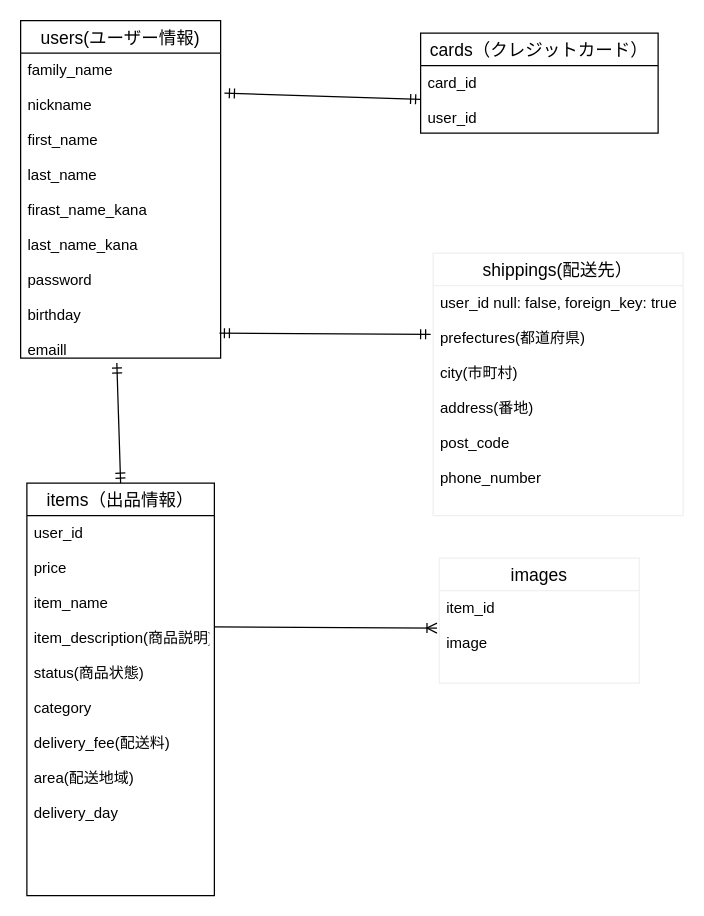
This is test.dio from cheap95/furima-34842, a draw.io file, before an edit. Source tidied: cells renumbered, new cells numbered last; positions are measured from the earlier drawing's top-left corner, leaving out a move shared by most shapes. Both pictures are drawn from the tidied source at 125%, with x=0, y=0 at pixel (20, 20).
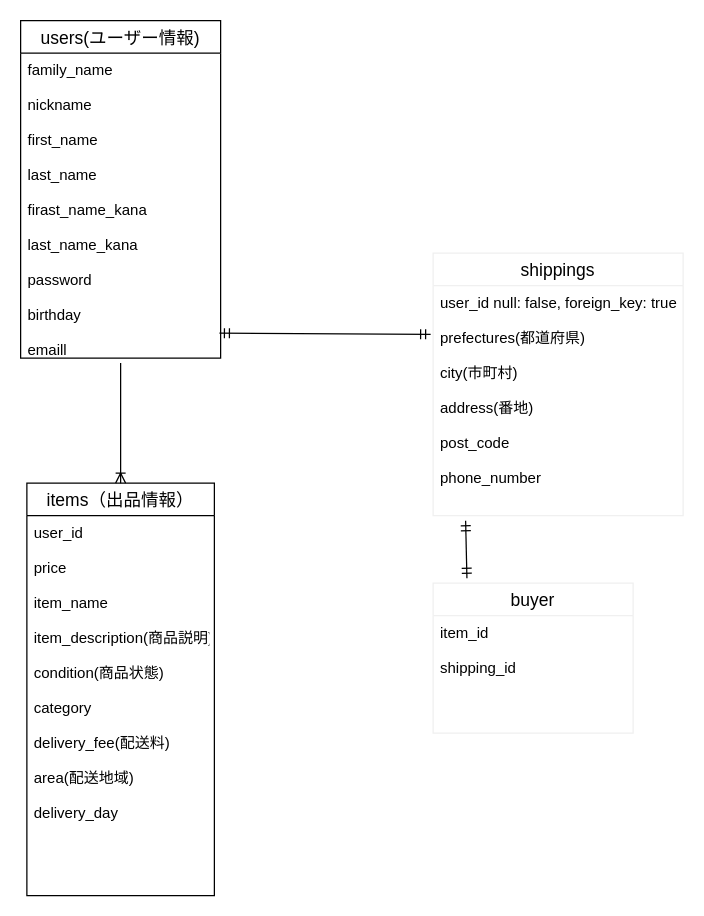
Above is the later version.

Diff of the diagram source:
```diff
@@
 <mxGraphModel>
   <root>
     <mxCell id="0" />
     <mxCell id="1" parent="0" />
     <mxCell id="2" value="items（出品情報）" style="swimlane;fontStyle=0;horizontal=1;startSize=26;align=center;fontSize=14;" parent="1" vertex="1">
       <mxGeometry x="5" y="370" width="150" height="330" as="geometry" />
     </mxCell>
-    <mxCell id="3" value="user_id&#10;&#10;price&#10;&#10;item_name&#10;&#10;item_description(商品説明)&#10;&#10;status(商品状態)&#10;&#10;category&#10;&#10;delivery_fee(配送料)&#10;&#10;area(配送地域)&#10;&#10;delivery_day" style="text;strokeColor=none;fillColor=none;spacingLeft=4;spacingRight=4;overflow=hidden;points=[[0,0.5],[1,0.5]];portConstraint=eastwest;fontSize=12;" parent="2" vertex="1">
+    <mxCell id="3" value="user_id&#10;&#10;price&#10;&#10;item_name&#10;&#10;item_description(商品説明)&#10;&#10;condition(商品状態)&#10;&#10;category&#10;&#10;delivery_fee(配送料)&#10;&#10;area(配送地域)&#10;&#10;delivery_day" style="text;strokeColor=none;fillColor=none;spacingLeft=4;spacingRight=4;overflow=hidden;points=[[0,0.5],[1,0.5]];portConstraint=eastwest;fontSize=12;" parent="2" vertex="1">
       <mxGeometry y="26" width="150" height="304" as="geometry" />
     </mxCell>
-    <mxCell id="4" value="cards（クレジットカード）" style="swimlane;fontStyle=0;horizontal=1;startSize=26;align=center;fontSize=14;" parent="1" vertex="1">
-      <mxGeometry x="320" y="10" width="190" height="80" as="geometry" />
-    </mxCell>
-    <mxCell id="5" value="card_id&#10;&#10;user_id&#10;" style="text;strokeColor=none;fillColor=none;spacingLeft=4;spacingRight=4;overflow=hidden;points=[[0,0.5],[1,0.5]];portConstraint=eastwest;fontSize=12;" parent="4" vertex="1">
-      <mxGeometry y="26" width="190" height="54" as="geometry" />
-    </mxCell>
-    <mxCell id="6" value="shippings(配送先）" style="swimlane;fontStyle=0;horizontal=1;startSize=26;align=center;fontSize=14;strokeColor=#f0f0f0;strokeWidth=1;" parent="1" vertex="1">
+    <mxCell id="6" value="shippings" style="swimlane;fontStyle=0;horizontal=1;startSize=26;align=center;fontSize=14;strokeColor=#f0f0f0;strokeWidth=1;" parent="1" vertex="1">
       <mxGeometry x="330" y="186" width="200" height="210" as="geometry" />
     </mxCell>
     <mxCell id="7" value="user_id null: false, foreign_key: true&#10;&#10;prefectures(都道府県)&#10;&#10;city(市町村)&#10;&#10;address(番地)&#10;&#10;post_code&#10;&#10;phone_number&#10;&#10;" style="text;strokeColor=none;fillColor=none;spacingLeft=4;spacingRight=4;overflow=hidden;points=[[0,0.5],[1,0.5]];portConstraint=eastwest;fontSize=12;" parent="6" vertex="1">
       <mxGeometry y="26" width="200" height="184" as="geometry" />
     </mxCell>
     <mxCell id="8" value="users(ユーザー情報)" style="swimlane;fontStyle=0;horizontal=1;startSize=26;align=center;fontSize=14;" parent="1" vertex="1">
       <mxGeometry width="160" height="270" as="geometry" />
     </mxCell>
     <mxCell id="9" value="family_name&#10;&#10;nickname&#10;&#10;first_name&#10;&#10;last_name&#10;&#10;firast_name_kana&#10;&#10;last_name_kana&#10;&#10;password&#10;&#10;birthday&#10;&#10;emaill&#10;&#10;" style="text;strokeColor=none;fillColor=none;spacingLeft=4;spacingRight=4;overflow=hidden;points=[[0,0.5],[1,0.5]];portConstraint=eastwest;fontSize=12;" parent="8" vertex="1">
       <mxGeometry y="26" width="160" height="244" as="geometry" />
     </mxCell>
-    <mxCell id="10" style="fontSize=12;html=1;endArrow=ERmandOne;startArrow=ERmandOne;exitX=1.019;exitY=0.131;exitDx=0;exitDy=0;exitPerimeter=0;entryX=0;entryY=0.5;entryDx=0;entryDy=0;" parent="1" edge="1" source="9" target="5">
-      <mxGeometry relative="1" as="geometry" />
-    </mxCell>
     <mxCell id="11" style="fontSize=12;html=1;endArrow=ERmandOne;startArrow=ERmandOne;entryX=-0.01;entryY=0.212;entryDx=0;entryDy=0;entryPerimeter=0;exitX=0.994;exitY=0.918;exitDx=0;exitDy=0;exitPerimeter=0;" parent="1" edge="1" source="9" target="7">
       <mxGeometry relative="1" as="geometry" />
     </mxCell>
-    <mxCell id="12" style="fontSize=12;html=1;endArrow=ERmandOne;startArrow=ERmandOne;exitX=0.5;exitY=0;exitDx=0;exitDy=0;entryX=0.481;entryY=1.016;entryDx=0;entryDy=0;entryPerimeter=0;" parent="1" edge="1" source="2" target="9">
-      <mxGeometry relative="1" as="geometry" />
-    </mxCell>
-    <mxCell id="13" value="images" style="swimlane;fontStyle=0;horizontal=1;startSize=26;align=center;fontSize=14;strokeColor=#f0f0f0;strokeWidth=1;" parent="1" vertex="1">
-      <mxGeometry x="335" y="430" width="160" height="100" as="geometry" />
-    </mxCell>
-    <mxCell id="14" value="item_id&#10;&#10;image" style="text;strokeColor=none;fillColor=none;spacingLeft=4;spacingRight=4;overflow=hidden;points=[[0,0.5],[1,0.5]];portConstraint=eastwest;fontSize=12;" parent="13" vertex="1">
-      <mxGeometry y="26" width="160" height="74" as="geometry" />
-    </mxCell>
-    <mxCell id="15" style="fontSize=12;html=1;endArrow=ERoneToMany;entryX=-0.012;entryY=0.405;entryDx=0;entryDy=0;entryPerimeter=0;exitX=1;exitY=0.293;exitDx=0;exitDy=0;exitPerimeter=0;" parent="1" edge="1" source="3" target="14">
-      <mxGeometry relative="1" as="geometry" />
-    </mxCell>
+    <mxCell id="16" value="buyer" style="swimlane;fontStyle=0;horizontal=1;startSize=26;align=center;fontSize=14;strokeColor=#f0f0f0;strokeWidth=1;" parent="1" vertex="1">
+      <mxGeometry x="330" y="450" width="160" height="120" as="geometry" />
+    </mxCell>
+    <mxCell id="17" value="item_id&#10;&#10;shipping_id" style="text;strokeColor=none;fillColor=none;spacingLeft=4;spacingRight=4;overflow=hidden;fontSize=12;" parent="16" vertex="1">
+      <mxGeometry y="26" width="160" height="94" as="geometry" />
+    </mxCell>
+    <mxCell id="18" style="fontSize=12;html=1;endArrow=ERmandOne;startArrow=ERmandOne;entryX=0.13;entryY=1.022;entryDx=0;entryDy=0;entryPerimeter=0;exitX=0.169;exitY=-0.033;exitDx=0;exitDy=0;exitPerimeter=0;" parent="1" edge="1" source="16" target="7">
+      <mxGeometry relative="1" as="geometry" />
+    </mxCell>
+    <mxCell id="19" style="fontSize=12;html=1;endArrow=ERoneToMany;entryX=0.5;entryY=0;entryDx=0;entryDy=0;exitX=0.5;exitY=1.016;exitDx=0;exitDy=0;exitPerimeter=0;" parent="1" edge="1" source="9" target="2">
+      <mxGeometry relative="1" as="geometry" />
+    </mxCell>
   </root>
 </mxGraphModel>
```
